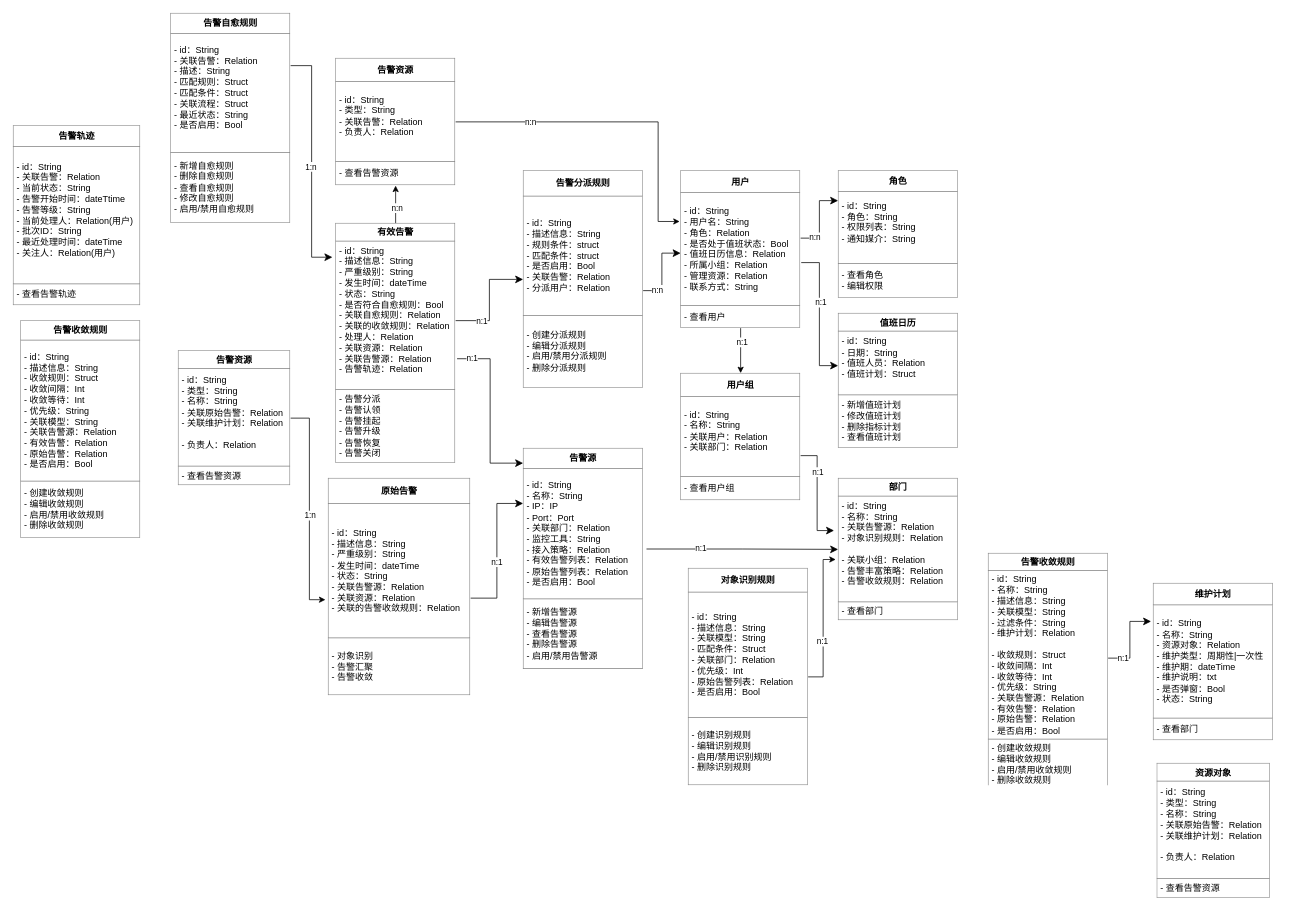
The draw.io diagram 领域模型 (1).drawio in jaywin2u/practices, before the edit. Source tidied: cells renumbered, new cells numbered last; positions are measured from the earlier drawing's top-left corner, leaving out a move shared by most shapes. Both pictures are drawn from the tidied source at 75%, with x=0, y=0 at pixel (13, 13).
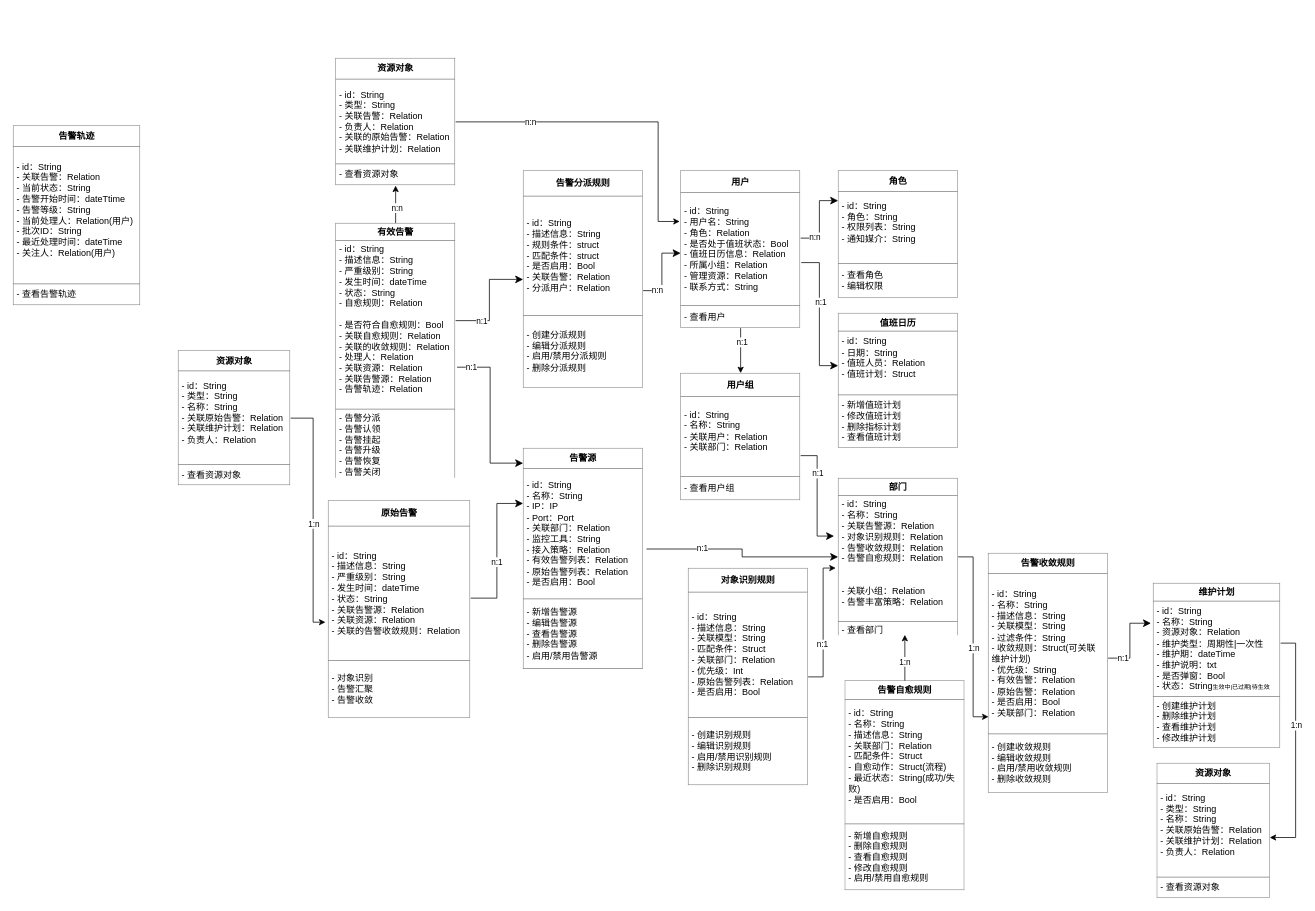
After the change.

Commit message:
更新领域模型 (1).drawio

The edit, as a diff of the source:
```diff
@@
-    <mxCell id="4" value="&lt;table border=&quot;1&quot; width=&quot;100%&quot; height=&quot;100%&quot; cellpadding=&quot;4&quot; style=&quot;width:100%;height:100%;border-collapse:collapse;&quot;&gt;&lt;tbody&gt;&lt;tr&gt;&lt;th align=&quot;center&quot;&gt;有效告警&lt;/th&gt;&lt;/tr&gt;&lt;tr&gt;&lt;td&gt;- id：String&lt;br&gt;- 描述信息：String&lt;br&gt;- 严重级别：String&lt;br&gt;- 发生时间：dateTime&lt;br&gt;- 状态：String&lt;br&gt;- 是否符合自愈规则：Bool&lt;br&gt;- 关联自愈规则：Relation&lt;br&gt;- 关联的收敛规则：Relation&lt;br&gt;- 处理人：Relation&lt;br&gt;- 关联资源：Relation&lt;br&gt;- 关联告警源：Relation&lt;br&gt;- 告警轨迹：Relation&lt;br&gt;&lt;br&gt;&lt;/td&gt;&lt;/tr&gt;&lt;tr&gt;&lt;td&gt;- 告警分派&lt;br&gt;- 告警认领&lt;br&gt;- 告警挂起&lt;br&gt;- 告警升级&lt;br&gt;- 告警恢复&lt;br&gt;- 告警关闭&lt;/td&gt;&lt;/tr&gt;&lt;/tbody&gt;&lt;/table&gt;" style="text;html=1;whiteSpace=wrap;strokeColor=none;fillColor=none;overflow=fill;" parent="1" vertex="1">
-      <mxGeometry x="430" y="280" width="160" height="320" as="geometry" />
+    <mxCell id="4" value="&lt;table border=&quot;1&quot; width=&quot;100%&quot; height=&quot;100%&quot; cellpadding=&quot;4&quot; style=&quot;width:100%;height:100%;border-collapse:collapse;&quot;&gt;&lt;tbody&gt;&lt;tr&gt;&lt;th align=&quot;center&quot;&gt;有效告警&lt;/th&gt;&lt;/tr&gt;&lt;tr&gt;&lt;td&gt;- id：String&lt;br&gt;- 描述信息：String&lt;br&gt;- 严重级别：String&lt;br&gt;- 发生时间：dateTime&lt;br&gt;- 状态：String&lt;br&gt;- 自愈规则：Relation&lt;br&gt;&lt;br&gt;- 是否符合自愈规则：Bool&lt;br&gt;- 关联自愈规则：Relation&lt;br&gt;- 关联的收敛规则：Relation&lt;br&gt;- 处理人：Relation&lt;br&gt;- 关联资源：Relation&lt;br&gt;- 关联告警源：Relation&lt;br&gt;- 告警轨迹：Relation&lt;br&gt;&lt;br&gt;&lt;/td&gt;&lt;/tr&gt;&lt;tr&gt;&lt;td&gt;- 告警分派&lt;br&gt;- 告警认领&lt;br&gt;- 告警挂起&lt;br&gt;- 告警升级&lt;br&gt;- 告警恢复&lt;br&gt;- 告警关闭&lt;/td&gt;&lt;/tr&gt;&lt;/tbody&gt;&lt;/table&gt;" style="text;html=1;whiteSpace=wrap;strokeColor=none;fillColor=none;overflow=fill;" parent="1" vertex="1">
+      <mxGeometry x="430" y="280" width="160" height="340" as="geometry" />
     </mxCell>
@@
     <mxCell id="25" value="&lt;table border=&quot;1&quot; width=&quot;100%&quot; height=&quot;100%&quot; cellpadding=&quot;4&quot; style=&quot;width:100%;height:100%;border-collapse:collapse;&quot;&gt;&lt;tbody&gt;&lt;tr&gt;&lt;th align=&quot;center&quot;&gt;原始告警&lt;/th&gt;&lt;/tr&gt;&lt;tr&gt;&lt;td&gt;- id：String&lt;br&gt;- 描述信息：String&lt;br&gt;- 严重级别：String&lt;br&gt;- 发生时间：dateTime&lt;br&gt;- 状态：String&lt;br&gt;- 关联告警源：Relation&lt;br&gt;- 关联资源：Relation&lt;br&gt;- 关联的告警收敛规则：Relation&lt;br&gt;&lt;/td&gt;&lt;/tr&gt;&lt;tr&gt;&lt;td&gt;- 对象识别&lt;br&gt;- 告警汇聚&lt;br&gt;- 告警收敛&lt;/td&gt;&lt;/tr&gt;&lt;/tbody&gt;&lt;/table&gt;" style="text;html=1;whiteSpace=wrap;strokeColor=none;fillColor=none;overflow=fill;" parent="1" vertex="1">
-      <mxGeometry x="420" y="620" width="190" height="290" as="geometry" />
+      <mxGeometry x="420" y="650" width="190" height="290" as="geometry" />
     </mxCell>
-    <mxCell id="26" value="&lt;table border=&quot;1&quot; width=&quot;100%&quot; height=&quot;100%&quot; cellpadding=&quot;4&quot; style=&quot;width:100%;height:100%;border-collapse:collapse;&quot;&gt;&lt;tbody&gt;&lt;tr&gt;&lt;th align=&quot;center&quot;&gt;部门&lt;/th&gt;&lt;/tr&gt;&lt;tr&gt;&lt;td&gt;- id：String&lt;br&gt;- 名称：String&lt;br&gt;- 关联告警源：Relation&lt;br&gt;- 对象识别规则：Relation&lt;br&gt;&lt;br&gt;- 关联小组：Relation&lt;br&gt;- 告警丰富策略：Relation&lt;br&gt;- 告警收敛规则：Relation&lt;br&gt;&lt;br&gt;&lt;/td&gt;&lt;/tr&gt;&lt;tr&gt;&lt;td&gt;- 查看部门&lt;/td&gt;&lt;/tr&gt;&lt;/tbody&gt;&lt;/table&gt;" style="text;html=1;whiteSpace=wrap;strokeColor=none;fillColor=none;overflow=fill;" parent="1" vertex="1">
-      <mxGeometry x="1100" y="620" width="160" height="190" as="geometry" />
+    <mxCell id="26" value="&lt;table border=&quot;1&quot; width=&quot;100%&quot; height=&quot;100%&quot; cellpadding=&quot;4&quot; style=&quot;width:100%;height:100%;border-collapse:collapse;&quot;&gt;&lt;tbody&gt;&lt;tr&gt;&lt;th align=&quot;center&quot;&gt;部门&lt;/th&gt;&lt;/tr&gt;&lt;tr&gt;&lt;td&gt;- id：String&lt;br&gt;- 名称：String&lt;br&gt;- 关联告警源：Relation&lt;br&gt;- 对象识别规则：Relation&lt;br&gt;- 告警收敛规则：Relation&lt;br&gt;- 告警自愈规则：Relation&lt;br&gt;&lt;br&gt;&lt;br&gt;- 关联小组：Relation&lt;br&gt;- 告警丰富策略：Relation&lt;br&gt;&lt;br&gt;&lt;/td&gt;&lt;/tr&gt;&lt;tr&gt;&lt;td&gt;- 查看部门&lt;/td&gt;&lt;/tr&gt;&lt;/tbody&gt;&lt;/table&gt;" style="text;html=1;whiteSpace=wrap;strokeColor=none;fillColor=none;overflow=fill;" parent="1" vertex="1">
+      <mxGeometry x="1100" y="620" width="160" height="210" as="geometry" />
     </mxCell>
@@
-    <mxCell id="31" value="&lt;table border=&quot;1&quot; width=&quot;100%&quot; height=&quot;100%&quot; cellpadding=&quot;4&quot; style=&quot;width:100%;height:100%;border-collapse:collapse;&quot;&gt;&lt;tbody&gt;&lt;tr&gt;&lt;th align=&quot;center&quot;&gt;告警收敛规则&lt;/th&gt;&lt;/tr&gt;&lt;tr&gt;&lt;td&gt;- id：String&lt;br&gt;- 描述信息：String&lt;br&gt;- 收敛规则：Struct&lt;br&gt;- 收敛间隔：Int&lt;br&gt;- 收敛等待：Int&lt;br&gt;- 优先级：String&lt;br&gt;- 关联模型：String&lt;br&gt;- 关联告警源：Relation&lt;br&gt;- 有效告警：Relation&lt;br&gt;- 原始告警：Relation&lt;br&gt;- 是否启用：Bool&lt;/td&gt;&lt;/tr&gt;&lt;tr&gt;&lt;td&gt;- 创建收敛规则&lt;br&gt;- 编辑收敛规则&lt;br&gt;- 启用/禁用收敛规则&lt;br&gt;- 删除收敛规则&lt;br&gt;&lt;/td&gt;&lt;/tr&gt;&lt;/tbody&gt;&lt;/table&gt;" style="text;html=1;whiteSpace=wrap;strokeColor=none;fillColor=none;overflow=fill;" parent="1" vertex="1">
-      <mxGeometry x="10" y="410" width="160" height="290" as="geometry" />
-    </mxCell>
-    <mxCell id="32" value="&lt;table border=&quot;1&quot; width=&quot;100%&quot; height=&quot;100%&quot; cellpadding=&quot;4&quot; style=&quot;width:100%;height:100%;border-collapse:collapse;&quot;&gt;&lt;tbody&gt;&lt;tr&gt;&lt;th align=&quot;center&quot;&gt;告警资源&lt;/th&gt;&lt;/tr&gt;&lt;tr&gt;&lt;td&gt;- id：String&lt;br&gt;- 类型：String&lt;br&gt;- 关联告警：Relation&lt;br&gt;- 负责人：Relation&lt;br&gt;&lt;br&gt;&lt;/td&gt;&lt;/tr&gt;&lt;tr&gt;&lt;td&gt;- 查看告警资源&lt;/td&gt;&lt;/tr&gt;&lt;/tbody&gt;&lt;/table&gt;" style="text;html=1;whiteSpace=wrap;strokeColor=none;fillColor=none;overflow=fill;" parent="1" vertex="1">
+    <mxCell id="32" value="&lt;table border=&quot;1&quot; width=&quot;100%&quot; height=&quot;100%&quot; cellpadding=&quot;4&quot; style=&quot;width:100%;height:100%;border-collapse:collapse;&quot;&gt;&lt;tbody&gt;&lt;tr&gt;&lt;th align=&quot;center&quot;&gt;资源对象&lt;/th&gt;&lt;/tr&gt;&lt;tr&gt;&lt;td&gt;- id：String&lt;br&gt;- 类型：String&lt;br&gt;- 关联告警：Relation&lt;br&gt;- 负责人：Relation&lt;br&gt;- 关联的原始告警：Relation&lt;br&gt;- 关联维护计划：Relation&lt;br&gt;&lt;/td&gt;&lt;/tr&gt;&lt;tr&gt;&lt;td&gt;- 查看资源对象&lt;/td&gt;&lt;/tr&gt;&lt;/tbody&gt;&lt;/table&gt;" style="text;html=1;whiteSpace=wrap;strokeColor=none;fillColor=none;overflow=fill;" parent="1" vertex="1">
       <mxGeometry x="430" y="60" width="160" height="170" as="geometry" />
     </mxCell>
@@
-    <mxCell id="35" value="&lt;table border=&quot;1&quot; width=&quot;100%&quot; height=&quot;100%&quot; cellpadding=&quot;4&quot; style=&quot;width:100%;height:100%;border-collapse:collapse;&quot;&gt;&lt;tbody&gt;&lt;tr&gt;&lt;th align=&quot;center&quot;&gt;告警自愈规则&lt;/th&gt;&lt;/tr&gt;&lt;tr&gt;&lt;td&gt;- id：String&lt;br&gt;- 关联告警：Relation&lt;br&gt;- 描述：String&lt;br&gt;- 匹配规则：Struct&lt;br&gt;- 匹配条件：Struct&lt;br&gt;- 关联流程：Struct&lt;br&gt;- 最近状态：String&lt;br&gt;- 是否启用：Bool&lt;br&gt;&lt;br&gt;&lt;/td&gt;&lt;/tr&gt;&lt;tr&gt;&lt;td&gt;- 新增自愈规则&lt;br&gt;- 删除自愈规则&lt;br&gt;- 查看自愈规则&lt;br&gt;- 修改自愈规则&lt;br&gt;- 启用/禁用自愈规则&lt;/td&gt;&lt;/tr&gt;&lt;/tbody&gt;&lt;/table&gt;" style="text;html=1;whiteSpace=wrap;strokeColor=none;fillColor=none;overflow=fill;" parent="1" vertex="1">
-      <mxGeometry x="210" width="160" height="280" as="geometry" />
-    </mxCell>
-    <mxCell id="36" style="edgeStyle=elbowEdgeStyle;elbow=horizontal;endArrow=classic;html=1;curved=0;rounded=0;endSize=8;startSize=8;entryX=-0.027;entryY=0.142;entryDx=0;entryDy=0;entryPerimeter=0;" parent="1" edge="1" target="4">
-      <mxGeometry relative="1" as="geometry">
-        <mxPoint x="370" y="70" as="sourcePoint" />
-      </mxGeometry>
-    </mxCell>
-    <mxCell id="37" value="1:n" style="edgeLabel;html=1;align=center;verticalAlign=middle;" parent="36" vertex="1">
-      <mxGeometry x="0.04" y="-2" relative="1" as="geometry" />
-    </mxCell>
@@
-    <mxCell id="42" value="&lt;table border=&quot;1&quot; width=&quot;100%&quot; height=&quot;100%&quot; cellpadding=&quot;4&quot; style=&quot;width:100%;height:100%;border-collapse:collapse;&quot;&gt;&lt;tbody&gt;&lt;tr&gt;&lt;th align=&quot;center&quot;&gt;告警资源&lt;/th&gt;&lt;/tr&gt;&lt;tr&gt;&lt;td&gt;- id：String&lt;br&gt;- 类型：String&lt;br&gt;- 名称：String&lt;br&gt;- 关联原始告警：Relation&lt;br&gt;- 关联维护计划：Relation&lt;br&gt;&lt;br&gt;- 负责人：Relation&lt;br&gt;&lt;br&gt;&lt;/td&gt;&lt;/tr&gt;&lt;tr&gt;&lt;td&gt;- 查看告警资源&lt;/td&gt;&lt;/tr&gt;&lt;/tbody&gt;&lt;/table&gt;" style="text;html=1;whiteSpace=wrap;strokeColor=none;fillColor=none;overflow=fill;" parent="1" vertex="1">
+    <mxCell id="42" value="&lt;table border=&quot;1&quot; width=&quot;100%&quot; height=&quot;100%&quot; cellpadding=&quot;4&quot; style=&quot;width:100%;height:100%;border-collapse:collapse;&quot;&gt;&lt;tbody&gt;&lt;tr&gt;&lt;th align=&quot;center&quot;&gt;资源对象&lt;/th&gt;&lt;/tr&gt;&lt;tr&gt;&lt;td&gt;- id：String&lt;br&gt;- 类型：String&lt;br&gt;- 名称：String&lt;br&gt;- 关联原始告警：Relation&lt;br&gt;- 关联维护计划：Relation&lt;br&gt;- 负责人：Relation&lt;br&gt;&lt;br&gt;&lt;/td&gt;&lt;/tr&gt;&lt;tr&gt;&lt;td&gt;- 查看资源对象&lt;/td&gt;&lt;/tr&gt;&lt;/tbody&gt;&lt;/table&gt;" style="text;html=1;whiteSpace=wrap;strokeColor=none;fillColor=none;overflow=fill;" parent="1" vertex="1">
       <mxGeometry x="220" y="450" width="150" height="180" as="geometry" />
     </mxCell>
     <mxCell id="43" style="edgeStyle=orthogonalEdgeStyle;rounded=0;jettySize=auto;html=1;entryX=-0.019;entryY=0.559;entryDx=0;entryDy=0;entryPerimeter=0;" parent="1" edge="1" source="42" target="25">
-      <mxGeometry relative="1" as="geometry" />
+      <mxGeometry relative="1" as="geometry">
+        <Array as="points">
+          <mxPoint x="400" y="540" />
+          <mxPoint x="400" y="812" />
+        </Array>
+      </mxGeometry>
     </mxCell>
@@
-    <mxCell id="45" value="&lt;table border=&quot;1&quot; width=&quot;100%&quot; height=&quot;100%&quot; cellpadding=&quot;4&quot; style=&quot;width:100%;height:100%;border-collapse:collapse;&quot;&gt;&lt;tbody&gt;&lt;tr&gt;&lt;th align=&quot;center&quot;&gt;告警收敛规则&lt;/th&gt;&lt;/tr&gt;&lt;tr&gt;&lt;td&gt;- id：String&lt;br&gt;- 名称：String&lt;br&gt;- 描述信息：String&lt;br&gt;- 关联模型：String&lt;br&gt;- 过滤条件：String&lt;br&gt;- 维护计划：Relation&lt;br&gt;&lt;br&gt;- 收敛规则：Struct&lt;br&gt;- 收敛间隔：Int&lt;br&gt;- 收敛等待：Int&lt;br&gt;- 优先级：String&lt;br&gt;- 关联告警源：Relation&lt;br&gt;- 有效告警：Relation&lt;br&gt;- 原始告警：Relation&lt;br&gt;- 是否启用：Bool&lt;/td&gt;&lt;/tr&gt;&lt;tr&gt;&lt;td&gt;- 创建收敛规则&lt;br&gt;- 编辑收敛规则&lt;br&gt;- 启用/禁用收敛规则&lt;br&gt;- 删除收敛规则&lt;br&gt;&lt;/td&gt;&lt;/tr&gt;&lt;/tbody&gt;&lt;/table&gt;" style="text;html=1;whiteSpace=wrap;strokeColor=none;fillColor=none;overflow=fill;" parent="1" vertex="1">
-      <mxGeometry x="1300" y="720" width="160" height="310" as="geometry" />
+    <mxCell id="45" value="&lt;table border=&quot;1&quot; width=&quot;100%&quot; height=&quot;100%&quot; cellpadding=&quot;4&quot; style=&quot;width:100%;height:100%;border-collapse:collapse;&quot;&gt;&lt;tbody&gt;&lt;tr&gt;&lt;th align=&quot;center&quot;&gt;告警收敛规则&lt;/th&gt;&lt;/tr&gt;&lt;tr&gt;&lt;td&gt;- id：String&lt;br&gt;- 名称：String&lt;br&gt;- 描述信息：String&lt;br&gt;- 关联模型：String&lt;br&gt;- 过滤条件：String&lt;br&gt;- 收敛规则：Struct(可关联维护计划)&lt;br&gt;- 优先级：String&lt;br&gt;- 有效告警：Relation&lt;br&gt;- 原始告警：Relation&lt;br&gt;- 是否启用：Bool&lt;br&gt;- 关联部门：Relation&lt;/td&gt;&lt;/tr&gt;&lt;tr&gt;&lt;td&gt;- 创建收敛规则&lt;br&gt;- 编辑收敛规则&lt;br&gt;- 启用/禁用收敛规则&lt;br&gt;- 删除收敛规则&lt;br&gt;&lt;/td&gt;&lt;/tr&gt;&lt;/tbody&gt;&lt;/table&gt;" style="text;html=1;whiteSpace=wrap;strokeColor=none;fillColor=none;overflow=fill;" parent="1" vertex="1">
+      <mxGeometry x="1300" y="720" width="160" height="320" as="geometry" />
     </mxCell>
-    <mxCell id="46" value="&lt;table border=&quot;1&quot; width=&quot;100%&quot; height=&quot;100%&quot; cellpadding=&quot;4&quot; style=&quot;width:100%;height:100%;border-collapse:collapse;&quot;&gt;&lt;tbody&gt;&lt;tr&gt;&lt;th align=&quot;center&quot;&gt;维护计划&lt;/th&gt;&lt;/tr&gt;&lt;tr&gt;&lt;td&gt;- id：String&lt;br&gt;- 名称：String&lt;br&gt;- 资源对象：Relation&lt;br&gt;- 维护类型：周期性|一次性&lt;br&gt;- 维护期：dateTime&lt;br&gt;- 维护说明：txt&lt;br&gt;- 是否弹窗：Bool&lt;br&gt;- 状态：String&lt;br&gt;&lt;/td&gt;&lt;/tr&gt;&lt;tr&gt;&lt;td&gt;- 查看部门&lt;/td&gt;&lt;/tr&gt;&lt;/tbody&gt;&lt;/table&gt;" style="text;html=1;whiteSpace=wrap;strokeColor=none;fillColor=none;overflow=fill;" parent="1" vertex="1">
-      <mxGeometry x="1520" y="760" width="160" height="210" as="geometry" />
+    <mxCell id="46" value="&lt;table border=&quot;1&quot; width=&quot;100%&quot; height=&quot;100%&quot; cellpadding=&quot;4&quot; style=&quot;width:100%;height:100%;border-collapse:collapse;&quot;&gt;&lt;tbody&gt;&lt;tr&gt;&lt;th align=&quot;center&quot;&gt;维护计划&lt;/th&gt;&lt;/tr&gt;&lt;tr&gt;&lt;td&gt;- id：String&lt;br&gt;- 名称：String&lt;br&gt;- 资源对象：Relation&lt;br&gt;- 维护类型：周期性|一次性&lt;br&gt;- 维护期：dateTime&lt;br&gt;- 维护说明：txt&lt;br&gt;- 是否弹窗：Bool&lt;br&gt;- 状态：String&lt;font style=&quot;font-size: 8px;&quot;&gt;生效中|已过期|待生效&amp;nbsp; &amp;nbsp;&lt;/font&gt;&lt;br&gt;&lt;/td&gt;&lt;/tr&gt;&lt;tr&gt;&lt;td&gt;- 创建维护计划&lt;br&gt;- 删除维护计划&lt;br&gt;- 查看维护计划&lt;br&gt;- 修改维护计划&lt;/td&gt;&lt;/tr&gt;&lt;/tbody&gt;&lt;/table&gt;" style="text;html=1;whiteSpace=wrap;strokeColor=none;fillColor=none;overflow=fill;" parent="1" vertex="1">
+      <mxGeometry x="1520" y="760" width="170" height="220" as="geometry" />
     </mxCell>
-    <mxCell id="47" value="&lt;table border=&quot;1&quot; width=&quot;100%&quot; height=&quot;100%&quot; cellpadding=&quot;4&quot; style=&quot;width:100%;height:100%;border-collapse:collapse;&quot;&gt;&lt;tbody&gt;&lt;tr&gt;&lt;th align=&quot;center&quot;&gt;资源对象&lt;/th&gt;&lt;/tr&gt;&lt;tr&gt;&lt;td&gt;- id：String&lt;br&gt;- 类型：String&lt;br&gt;- 名称：String&lt;br&gt;- 关联原始告警：Relation&lt;br&gt;- 关联维护计划：Relation&lt;br&gt;&lt;br&gt;- 负责人：Relation&lt;br&gt;&lt;br&gt;&lt;/td&gt;&lt;/tr&gt;&lt;tr&gt;&lt;td&gt;- 查看告警资源&lt;/td&gt;&lt;/tr&gt;&lt;/tbody&gt;&lt;/table&gt;" style="text;html=1;whiteSpace=wrap;strokeColor=none;fillColor=none;overflow=fill;" parent="1" vertex="1">
+    <mxCell id="47" value="&lt;table border=&quot;1&quot; width=&quot;100%&quot; height=&quot;100%&quot; cellpadding=&quot;4&quot; style=&quot;width:100%;height:100%;border-collapse:collapse;&quot;&gt;&lt;tbody&gt;&lt;tr&gt;&lt;th align=&quot;center&quot;&gt;资源对象&lt;/th&gt;&lt;/tr&gt;&lt;tr&gt;&lt;td&gt;- id：String&lt;br&gt;- 类型：String&lt;br&gt;- 名称：String&lt;br&gt;- 关联原始告警：Relation&lt;br&gt;- 关联维护计划：Relation&lt;br&gt;- 负责人：Relation&lt;br&gt;&lt;br&gt;&lt;/td&gt;&lt;/tr&gt;&lt;tr&gt;&lt;td&gt;- 查看资源对象&lt;/td&gt;&lt;/tr&gt;&lt;/tbody&gt;&lt;/table&gt;" style="text;html=1;whiteSpace=wrap;strokeColor=none;fillColor=none;overflow=fill;" parent="1" vertex="1">
       <mxGeometry x="1524.5" y="1000" width="151" height="180" as="geometry" />
     </mxCell>
@@
+    <mxCell id="50" style="edgeStyle=orthogonalEdgeStyle;rounded=0;jettySize=auto;html=1;entryX=1;entryY=0.551;entryDx=0;entryDy=0;entryPerimeter=0;" parent="1" edge="1" source="46" target="47">
+      <mxGeometry relative="1" as="geometry">
+        <Array as="points">
+          <mxPoint x="1710" y="840" />
+          <mxPoint x="1710" y="1099" />
+        </Array>
+      </mxGeometry>
+    </mxCell>
+    <mxCell id="51" value="1:n" style="edgeLabel;html=1;align=center;verticalAlign=middle;" parent="50" vertex="1">
+      <mxGeometry x="-0.18" relative="1" as="geometry" />
+    </mxCell>
+    <mxCell id="52" style="edgeStyle=orthogonalEdgeStyle;rounded=0;jettySize=auto;html=1;entryX=0.003;entryY=0.682;entryDx=0;entryDy=0;entryPerimeter=0;" parent="1" edge="1" source="26" target="45">
+      <mxGeometry relative="1" as="geometry" />
+    </mxCell>
+    <mxCell id="53" value="1:n" style="edgeLabel;html=1;align=center;verticalAlign=middle;" parent="52" vertex="1">
+      <mxGeometry x="0.11" relative="1" as="geometry" />
+    </mxCell>
+    <mxCell id="54" value="&lt;table border=&quot;1&quot; width=&quot;100%&quot; height=&quot;100%&quot; cellpadding=&quot;4&quot; style=&quot;width:100%;height:100%;border-collapse:collapse;&quot;&gt;&lt;tbody&gt;&lt;tr&gt;&lt;th align=&quot;center&quot;&gt;告警自愈规则&lt;/th&gt;&lt;/tr&gt;&lt;tr&gt;&lt;td&gt;- id：String&lt;br&gt;- 名称：String&lt;br&gt;- 描述信息：String&lt;br&gt;- 关联部门：Relation&lt;br&gt;- 匹配条件：Struct&lt;br&gt;- 自愈动作：Struct(流程)&lt;br&gt;- 最近状态：String(成功/失败)&lt;br&gt;- 是否启用：Bool&lt;br&gt;&lt;br&gt;&lt;/td&gt;&lt;/tr&gt;&lt;tr&gt;&lt;td&gt;- 新增自愈规则&lt;br&gt;- 删除自愈规则&lt;br&gt;- 查看自愈规则&lt;br&gt;- 修改自愈规则&lt;br&gt;- 启用/禁用自愈规则&lt;/td&gt;&lt;/tr&gt;&lt;/tbody&gt;&lt;/table&gt;" style="text;html=1;whiteSpace=wrap;strokeColor=none;fillColor=none;overflow=fill;" parent="1" vertex="1">
+      <mxGeometry x="1109" y="890" width="160" height="280" as="geometry" />
+    </mxCell>
+    <mxCell id="55" style="edgeStyle=orthogonalEdgeStyle;rounded=0;jettySize=auto;html=1;entryX=0.556;entryY=0.995;entryDx=0;entryDy=0;entryPerimeter=0;" parent="1" edge="1" source="54" target="26">
+      <mxGeometry relative="1" as="geometry" />
+    </mxCell>
+    <mxCell id="56" value="1:n" style="edgeLabel;html=1;align=center;verticalAlign=middle;" parent="55" vertex="1">
+      <mxGeometry x="-0.16" relative="1" as="geometry" />
+    </mxCell>
```
